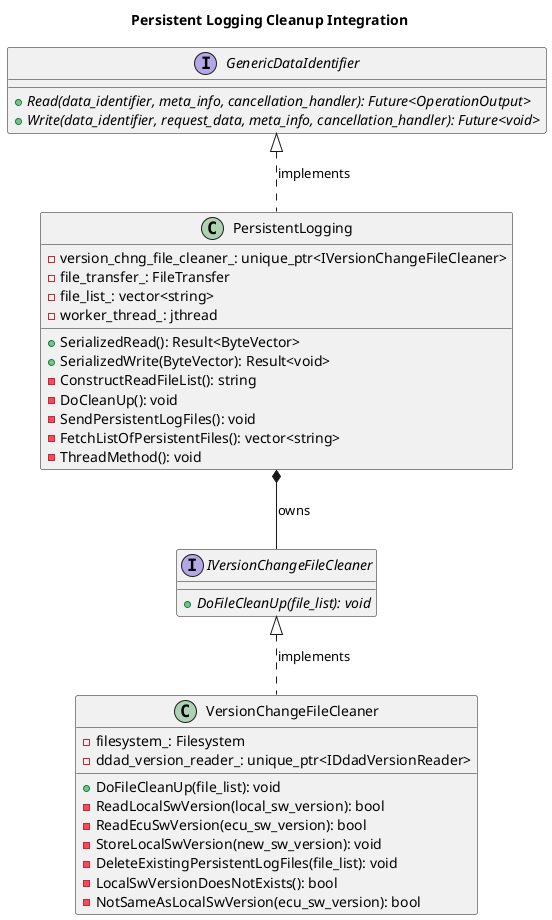
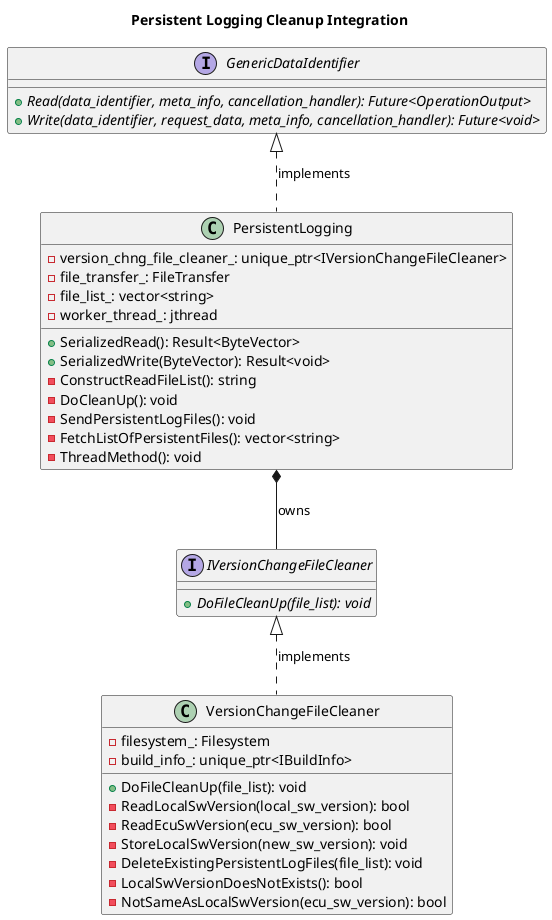
@startuml persistent_cleanup_updated
title Persistent Logging Cleanup Integration

interface GenericDataIdentifier {
  +{abstract} Read(data_identifier, meta_info, cancellation_handler): Future<OperationOutput>
  +{abstract} Write(data_identifier, request_data, meta_info, cancellation_handler): Future<void>
}

interface IVersionChangeFileCleaner {
  +{abstract} DoFileCleanUp(file_list): void
}

class PersistentLogging {
  +SerializedRead(): Result<ByteVector>
  +SerializedWrite(ByteVector): Result<void>
  -ConstructReadFileList(): string
  -DoCleanUp(): void
  -SendPersistentLogFiles(): void
  -FetchListOfPersistentFiles(): vector<string>
  -ThreadMethod(): void
  -version_chng_file_cleaner_: unique_ptr<IVersionChangeFileCleaner>
  -file_transfer_: FileTransfer
  -file_list_: vector<string>
  -worker_thread_: jthread
}

class VersionChangeFileCleaner {
  +DoFileCleanUp(file_list): void
  -ReadLocalSwVersion(local_sw_version): bool
  -ReadEcuSwVersion(ecu_sw_version): bool
  -StoreLocalSwVersion(new_sw_version): void
  -DeleteExistingPersistentLogFiles(file_list): void
  -LocalSwVersionDoesNotExists(): bool
  -NotSameAsLocalSwVersion(ecu_sw_version): bool
  -filesystem_: Filesystem
-   -ddad_version_reader_: unique_ptr<IDdadVersionReader>
+   -build_info_: unique_ptr<IBuildInfo>
}

GenericDataIdentifier <|.. PersistentLogging : implements
PersistentLogging *-- IVersionChangeFileCleaner : owns
IVersionChangeFileCleaner <|.. VersionChangeFileCleaner : implements

@enduml
